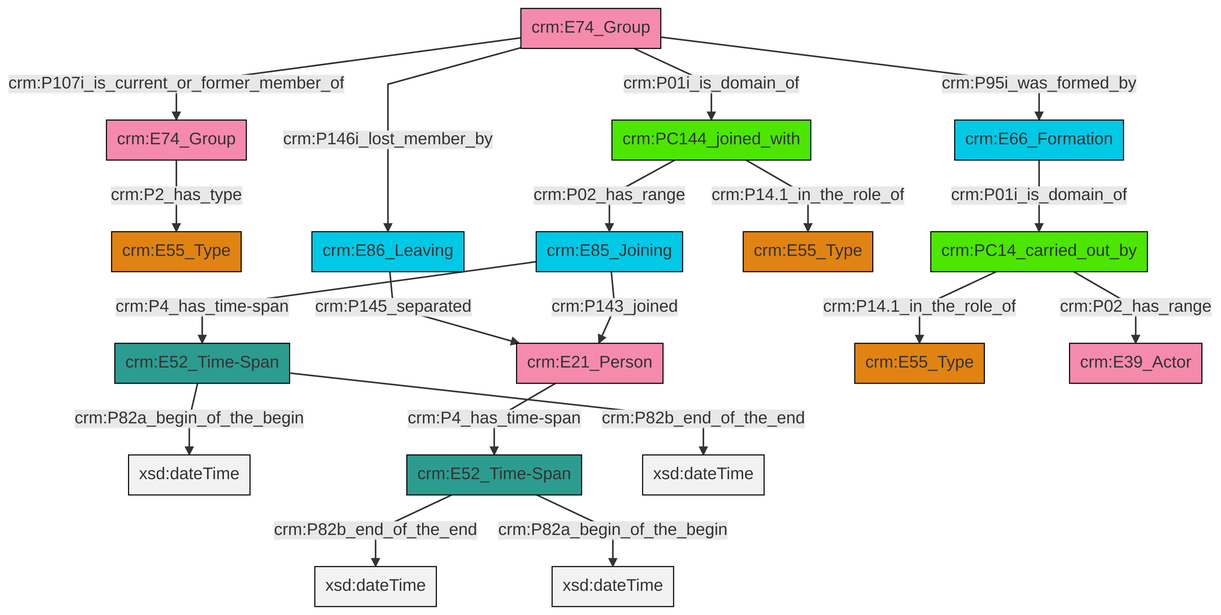
swiss-art-research-net/docs.swissartresearch keeps this Mermaid diagram as et/groupCSV/ttl/mmd/png/group_actor_relations.png. Above is the earlier version. Its source is kept beside it as et/groupCSV/ttl/mmd/group_actor_relations.ttl.mmd.
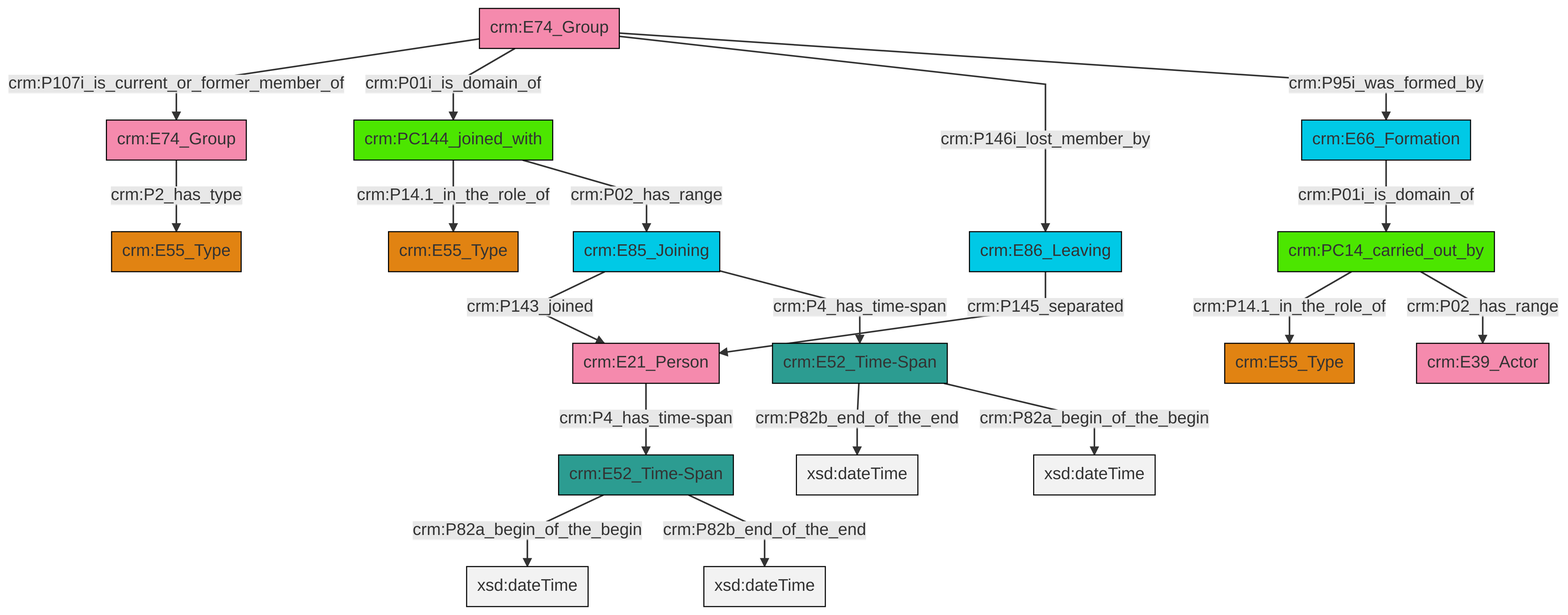
Later version of the same file.

What changed in the source:
```diff
@@ -13,21 +13,21 @@
 classDef PC_Classes fill:#4ce600, stroke:#000000;
 classDef Multi fill:#cccccc,stroke:#000000;
 
-8["crm:E74_Group"]:::Actor -->|crm:P2_has_type| 4["crm:E55_Type"]:::Type
-9["crm:E74_Group"]:::Actor -->|crm:P107i_is_current_or_former_member_of| 8["crm:E74_Group"]:::Actor
-12["crm:E52_Time-Span"]:::Time-Span -->|crm:P82a_begin_of_the_begin| 13[xsd:dateTime]:::Literal
-9["crm:E74_Group"]:::Actor -->|crm:P01i_is_domain_of| 0["crm:PC144_joined_with"]:::PC_Classes
-6["crm:E85_Joining"]:::Temporal_Entity -->|crm:P143_joined| 2["crm:E21_Person"]:::Actor
-18["crm:E52_Time-Span"]:::Time-Span -->|crm:P82b_end_of_the_end| 20[xsd:dateTime]:::Literal
-6["crm:E85_Joining"]:::Temporal_Entity -->|crm:P4_has_time-span| 12["crm:E52_Time-Span"]:::Time-Span
-21["crm:PC14_carried_out_by"]:::PC_Classes -->|crm:P14.1_in_the_role_of| 14["crm:E55_Type"]:::Type
-0["crm:PC144_joined_with"]:::PC_Classes -->|crm:P14.1_in_the_role_of| 16["crm:E55_Type"]:::Type
-0["crm:PC144_joined_with"]:::PC_Classes -->|crm:P02_has_range| 6["crm:E85_Joining"]:::Temporal_Entity
-23["crm:E66_Formation"]:::Temporal_Entity -->|crm:P01i_is_domain_of| 21["crm:PC14_carried_out_by"]:::PC_Classes
-9["crm:E74_Group"]:::Actor -->|crm:P95i_was_formed_by| 23["crm:E66_Formation"]:::Temporal_Entity
-12["crm:E52_Time-Span"]:::Time-Span -->|crm:P82b_end_of_the_end| 28[xsd:dateTime]:::Literal
-9["crm:E74_Group"]:::Actor -->|crm:P146i_lost_member_by| 10["crm:E86_Leaving"]:::Temporal_Entity
-10["crm:E86_Leaving"]:::Temporal_Entity -->|crm:P145_separated| 2["crm:E21_Person"]:::Actor
-18["crm:E52_Time-Span"]:::Time-Span -->|crm:P82a_begin_of_the_begin| 30[xsd:dateTime]:::Literal
-21["crm:PC14_carried_out_by"]:::PC_Classes -->|crm:P02_has_range| 32["crm:E39_Actor"]:::Actor
-2["crm:E21_Person"]:::Actor -->|crm:P4_has_time-span| 18["crm:E52_Time-Span"]:::Time-Span
+0["crm:E74_Group"]:::Actor -->|crm:P107i_is_current_or_former_member_of| 1["crm:E74_Group"]:::Actor
+2["crm:PC14_carried_out_by"]:::PC_Classes -->|crm:P14.1_in_the_role_of| 3["crm:E55_Type"]:::Type
+0["crm:E74_Group"]:::Actor -->|crm:P01i_is_domain_of| 5["crm:PC144_joined_with"]:::PC_Classes
+12["crm:E85_Joining"]:::Temporal_Entity -->|crm:P143_joined| 13["crm:E21_Person"]:::Actor
+14["crm:E86_Leaving"]:::Temporal_Entity -->|crm:P145_separated| 13["crm:E21_Person"]:::Actor
+16["crm:E52_Time-Span"]:::Time-Span -->|crm:P82a_begin_of_the_begin| 18[xsd:dateTime]:::Literal
+10["crm:E66_Formation"]:::Temporal_Entity -->|crm:P01i_is_domain_of| 2["crm:PC14_carried_out_by"]:::PC_Classes
+12["crm:E85_Joining"]:::Temporal_Entity -->|crm:P4_has_time-span| 19["crm:E52_Time-Span"]:::Time-Span
+0["crm:E74_Group"]:::Actor -->|crm:P146i_lost_member_by| 14["crm:E86_Leaving"]:::Temporal_Entity
+5["crm:PC144_joined_with"]:::PC_Classes -->|crm:P14.1_in_the_role_of| 6["crm:E55_Type"]:::Type
+16["crm:E52_Time-Span"]:::Time-Span -->|crm:P82b_end_of_the_end| 24[xsd:dateTime]:::Literal
+0["crm:E74_Group"]:::Actor -->|crm:P95i_was_formed_by| 10["crm:E66_Formation"]:::Temporal_Entity
+19["crm:E52_Time-Span"]:::Time-Span -->|crm:P82b_end_of_the_end| 26[xsd:dateTime]:::Literal
+2["crm:PC14_carried_out_by"]:::PC_Classes -->|crm:P02_has_range| 22["crm:E39_Actor"]:::Actor
+5["crm:PC144_joined_with"]:::PC_Classes -->|crm:P02_has_range| 12["crm:E85_Joining"]:::Temporal_Entity
+13["crm:E21_Person"]:::Actor -->|crm:P4_has_time-span| 16["crm:E52_Time-Span"]:::Time-Span
+1["crm:E74_Group"]:::Actor -->|crm:P2_has_type| 8["crm:E55_Type"]:::Type
+19["crm:E52_Time-Span"]:::Time-Span -->|crm:P82a_begin_of_the_begin| 34[xsd:dateTime]:::Literal
```
